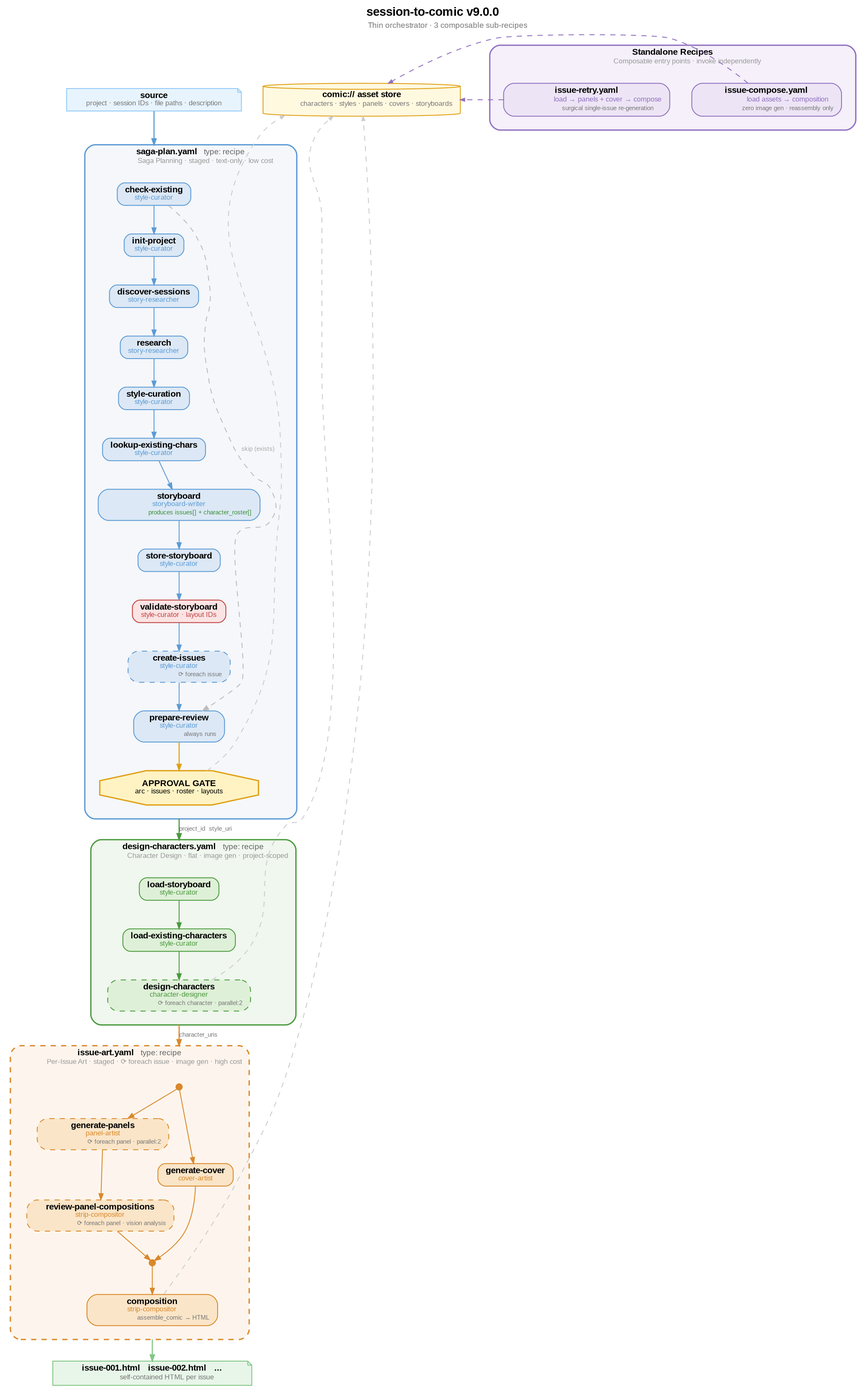
This is docs/diagrams/comic-pipeline.png from colombod/amplifier-bundle-comic-strips, a Graphviz export, as it was before one commit. Its source is kept beside it as docs/diagrams/comic-pipeline.dot. Its diagram source:
```dot
digraph comic_pipeline {
  /* ─── Global ─────────────────────────────────────────── */
  rankdir=TB;
  bgcolor="transparent";
  fontname="Helvetica Neue,Helvetica,Arial,sans-serif";
  node [fontname="Helvetica Neue,Helvetica,Arial,sans-serif", fontsize=10,
        margin="0.12,0.06", height=0.35];
  edge [fontname="Helvetica Neue,Helvetica,Arial,sans-serif", fontsize=8,
        arrowsize=0.7];
  compound=true;
  nodesep=0.35;
  ranksep=0.45;

  labelloc=t;
  label=<<FONT POINT-SIZE="14"><B>session-to-comic v9.0.0</B></FONT><BR/>
         <FONT POINT-SIZE="9" COLOR="#777777">Thin orchestrator · 3 composable sub-recipes</FONT>>;

  /* ─── Input ──────────────────────────────────────────── */
  input [
    label=<<B>source</B><BR/><FONT POINT-SIZE="8" COLOR="#777777">project · session IDs · file paths · description</FONT>>,
    shape=note, style=filled, fillcolor="#E8F4FD", color="#90CAF9", width=2.8
  ];

  /* ═══════════════════════════════════════════════════════
     SUB-RECIPE 1: saga-plan.yaml
     staged · 11 steps + approval gate · text-only
     ═══════════════════════════════════════════════════════ */
  subgraph cluster_saga_plan {
    label=<<B>saga-plan.yaml</B>  <FONT POINT-SIZE="9" COLOR="#666666">type: recipe</FONT><BR/>
           <FONT POINT-SIZE="8" COLOR="#999999">Saga Planning · staged · text-only · low cost</FONT>>;
    style="rounded,filled"; fillcolor="#F5F7FA"; color="#5C9BD5"; penwidth=1.5;
    fontsize=10; margin=16;

    sp01 [label=<<B>check-existing</B><BR/><FONT POINT-SIZE="8" COLOR="#5C9BD5">style-curator</FONT>>,
          shape=box, style="rounded,filled", fillcolor="#DCE8F5", color="#5C9BD5"];
    sp02 [label=<<B>init-project</B><BR/><FONT POINT-SIZE="8" COLOR="#5C9BD5">style-curator</FONT>>,
          shape=box, style="rounded,filled", fillcolor="#DCE8F5", color="#5C9BD5"];
    sp03 [label=<<B>discover-sessions</B><BR/><FONT POINT-SIZE="8" COLOR="#5C9BD5">story-researcher</FONT>>,
          shape=box, style="rounded,filled", fillcolor="#DCE8F5", color="#5C9BD5"];
    sp04 [label=<<B>research</B><BR/><FONT POINT-SIZE="8" COLOR="#5C9BD5">story-researcher</FONT>>,
          shape=box, style="rounded,filled", fillcolor="#DCE8F5", color="#5C9BD5"];
    sp05 [label=<<B>style-curation</B><BR/><FONT POINT-SIZE="8" COLOR="#5C9BD5">style-curator</FONT>>,
          shape=box, style="rounded,filled", fillcolor="#DCE8F5", color="#5C9BD5"];
    sp06 [label=<<B>lookup-existing-chars</B><BR/><FONT POINT-SIZE="8" COLOR="#5C9BD5">style-curator</FONT>>,
          shape=box, style="rounded,filled", fillcolor="#DCE8F5", color="#5C9BD5"];
    sp07 [label=<<B>storyboard</B><BR/><FONT POINT-SIZE="8" COLOR="#5C9BD5">storyboard-writer</FONT><BR/>
                <FONT POINT-SIZE="7" COLOR="#3A8F3A">produces issues[] + character_roster[]</FONT>>,
          shape=box, style="rounded,filled", fillcolor="#DCE8F5", color="#5C9BD5"];
    sp08 [label=<<B>store-storyboard</B><BR/><FONT POINT-SIZE="8" COLOR="#5C9BD5">style-curator</FONT>>,
          shape=box, style="rounded,filled", fillcolor="#DCE8F5", color="#5C9BD5"];
    sp09 [label=<<B>validate-storyboard</B><BR/><FONT POINT-SIZE="8" COLOR="#C04040">style-curator · layout IDs</FONT>>,
          shape=box, style="rounded,filled", fillcolor="#FCE4E4", color="#C04040"];
    sp10 [label=<<B>create-issues</B><BR/><FONT POINT-SIZE="8" COLOR="#5C9BD5">style-curator</FONT><BR/>
                <FONT POINT-SIZE="7" COLOR="#777777">&#10227; foreach issue</FONT>>,
          shape=box, style="rounded,dashed,filled", fillcolor="#DCE8F5", color="#5C9BD5"];
    sp11 [label=<<B>prepare-review</B><BR/><FONT POINT-SIZE="8" COLOR="#5C9BD5">style-curator</FONT><BR/>
                <FONT POINT-SIZE="7" COLOR="#777777">always runs</FONT>>,
          shape=box, style="rounded,filled", fillcolor="#DCE8F5", color="#5C9BD5"];
    sp_gate [label=<<B>APPROVAL GATE</B><BR/><FONT POINT-SIZE="8">arc · issues · roster · layouts</FONT>>,
             shape=octagon, style=filled, fillcolor="#FFF3C4", color="#E0A015",
             penwidth=1.5, width=2.2];

    /* main path (conditional: proceed == true) */
    sp01 -> sp02 -> sp03 -> sp04 -> sp05 -> sp06 -> sp07 -> sp08 -> sp09 -> sp10 -> sp11
      [color="#5C9BD5"];
    sp11 -> sp_gate [color="#E0A015", penwidth=1.2];

    /* skip path: storyboard already exists */
    sp01 -> sp11 [style=dashed, color="#BBBBBB", constraint=false,
                  label=<<FONT POINT-SIZE="7" COLOR="#AAAAAA">skip (exists)</FONT>>];
  }

  /* ═══════════════════════════════════════════════════════
     SUB-RECIPE 2: design-characters.yaml
     flat · 3 steps · image gen · project-scoped
     ═══════════════════════════════════════════════════════ */
  subgraph cluster_design_chars {
    label=<<B>design-characters.yaml</B>  <FONT POINT-SIZE="9" COLOR="#666666">type: recipe</FONT><BR/>
           <FONT POINT-SIZE="8" COLOR="#999999">Character Design · flat · image gen · project-scoped</FONT>>;
    style="rounded,filled"; fillcolor="#F0F7EE"; color="#4A9A3E"; penwidth=1.5;
    fontsize=10; margin=16;

    dc01 [label=<<B>load-storyboard</B><BR/><FONT POINT-SIZE="8" COLOR="#4A9A3E">style-curator</FONT>>,
          shape=box, style="rounded,filled", fillcolor="#DFF0D8", color="#4A9A3E"];
    dc02 [label=<<B>load-existing-characters</B><BR/><FONT POINT-SIZE="8" COLOR="#4A9A3E">style-curator</FONT>>,
          shape=box, style="rounded,filled", fillcolor="#DFF0D8", color="#4A9A3E"];
    dc03 [label=<<B>design-characters</B><BR/><FONT POINT-SIZE="8" COLOR="#4A9A3E">character-designer</FONT><BR/>
                <FONT POINT-SIZE="7" COLOR="#777777">&#10227; foreach character · parallel:2</FONT>>,
          shape=box, style="rounded,dashed,filled", fillcolor="#DFF0D8", color="#4A9A3E"];

    dc01 -> dc02 -> dc03 [color="#4A9A3E"];
  }

  /* ═══════════════════════════════════════════════════════
     SUB-RECIPE 3: issue-art.yaml
     staged · 4 steps · foreach issue · image gen
     ═══════════════════════════════════════════════════════ */
  subgraph cluster_issue_art {
    label=<<B>issue-art.yaml</B>  <FONT POINT-SIZE="9" COLOR="#666666">type: recipe</FONT><BR/>
           <FONT POINT-SIZE="8" COLOR="#999999">Per-Issue Art · staged · &#10227; foreach issue · image gen · high cost</FONT>>;
    style="rounded,dashed,filled"; fillcolor="#FDF5ED"; color="#D9882A"; penwidth=1.5;
    fontsize=10; margin=16;

    ia_fork [label="", shape=point, width=0.1, color="#D9882A"];

    ia01 [label=<<B>generate-panels</B><BR/><FONT POINT-SIZE="8" COLOR="#D9882A">panel-artist</FONT><BR/>
                <FONT POINT-SIZE="7" COLOR="#777777">&#10227; foreach panel · parallel:2</FONT>>,
          shape=box, style="rounded,dashed,filled", fillcolor="#FAE5C8", color="#D9882A"];
    ia02 [label=<<B>generate-cover</B><BR/><FONT POINT-SIZE="8" COLOR="#D9882A">cover-artist</FONT>>,
          shape=box, style="rounded,filled", fillcolor="#FAE5C8", color="#D9882A"];
    ia03 [label=<<B>review-panel-compositions</B><BR/><FONT POINT-SIZE="8" COLOR="#D9882A">strip-compositor</FONT><BR/>
                <FONT POINT-SIZE="7" COLOR="#777777">&#10227; foreach panel · vision analysis</FONT>>,
          shape=box, style="rounded,dashed,filled", fillcolor="#FAE5C8", color="#D9882A"];

    ia_join [label="", shape=point, width=0.1, color="#D9882A"];

    ia04 [label=<<B>composition</B><BR/><FONT POINT-SIZE="8" COLOR="#D9882A">strip-compositor</FONT><BR/>
                <FONT POINT-SIZE="7" COLOR="#777777">assemble_comic &#8594; HTML</FONT>>,
          shape=box, style="rounded,filled", fillcolor="#FAE5C8", color="#D9882A"];

    ia_fork -> ia01 [color="#D9882A"];
    ia_fork -> ia02 [color="#D9882A"];
    ia01 -> ia03    [color="#D9882A"];
    ia03 -> ia_join [color="#D9882A"];
    ia02 -> ia_join [color="#D9882A"];
    ia_join -> ia04 [color="#D9882A"];
  }

  /* ─── Output ─────────────────────────────────────────── */
  output [
    label=<<B>issue-001.html   issue-002.html   ...</B><BR/>
           <FONT POINT-SIZE="8" COLOR="#777777">self-contained HTML per issue</FONT>>,
    shape=note, style=filled, fillcolor="#E8F5E9", color="#81C784", width=3.2
  ];

  /* ═══════════════════════════════════════════════════════
     STANDALONE REUSABLE RECIPES
     composable entry points · invoke independently
     ═══════════════════════════════════════════════════════ */
  subgraph cluster_reusable {
    label=<<B>Standalone Recipes</B><BR/>
           <FONT POINT-SIZE="8" COLOR="#999999">Composable entry points · invoke independently</FONT>>;
    style="rounded,filled"; fillcolor="#F5F0FA"; color="#9070C0"; penwidth=1.5;
    fontsize=10; margin=16;

    re01 [label=<<B>issue-compose.yaml</B><BR/>
                <FONT POINT-SIZE="8" COLOR="#9070C0">load assets &#8594; composition</FONT><BR/>
                <FONT POINT-SIZE="7" COLOR="#777777">zero image gen · reassembly only</FONT>>,
          shape=box, style="rounded,filled", fillcolor="#EDE5F5", color="#9070C0"];
    re02 [label=<<B>issue-retry.yaml</B><BR/>
                <FONT POINT-SIZE="8" COLOR="#9070C0">load &#8594; panels + cover &#8594; compose</FONT><BR/>
                <FONT POINT-SIZE="7" COLOR="#777777">surgical single-issue re-generation</FONT>>,
          shape=box, style="rounded,filled", fillcolor="#EDE5F5", color="#9070C0"];
  }

  /* ─── Asset Store ────────────────────────────────────── */
  store [
    label=<<B>comic:// asset store</B><BR/>
           <FONT POINT-SIZE="8" COLOR="#777777">characters · styles · panels · covers · storyboards</FONT>>,
    shape=cylinder, style=filled, fillcolor="#FFF9E0", color="#E0A015", width=2.8
  ];

  /* ═══════════════════════════════════════════════════════
     ORCHESTRATOR FLOW  (inter-cluster edges)
     ═══════════════════════════════════════════════════════ */
  input   -> sp01    [lhead=cluster_saga_plan, color="#5C9BD5", penwidth=1.3];
  sp_gate -> dc01    [ltail=cluster_saga_plan, lhead=cluster_design_chars,
                      color="#4A9A3E", penwidth=1.3,
                      label=<<FONT POINT-SIZE="7" COLOR="#777777">project_id  style_uri</FONT>>];
  dc03    -> ia_fork [ltail=cluster_design_chars, lhead=cluster_issue_art,
                      color="#D9882A", penwidth=1.3,
                      label=<<FONT POINT-SIZE="7" COLOR="#777777">character_uris</FONT>>];
  ia04    -> output  [ltail=cluster_issue_art, color="#81C784", penwidth=1.3];

  /* ── asset store connections ── */
  sp_gate -> store [color="#CCCCCC", style=dashed, arrowsize=0.5, constraint=false];
  dc03    -> store [color="#CCCCCC", style=dashed, arrowsize=0.5, constraint=false];
  ia04    -> store [color="#CCCCCC", style=dashed, arrowsize=0.5, constraint=false];
  re01    -> store [color="#9070C0", style=dashed, arrowsize=0.5, constraint=false];
  re02    -> store [color="#9070C0", style=dashed, arrowsize=0.5, constraint=false];
}
```
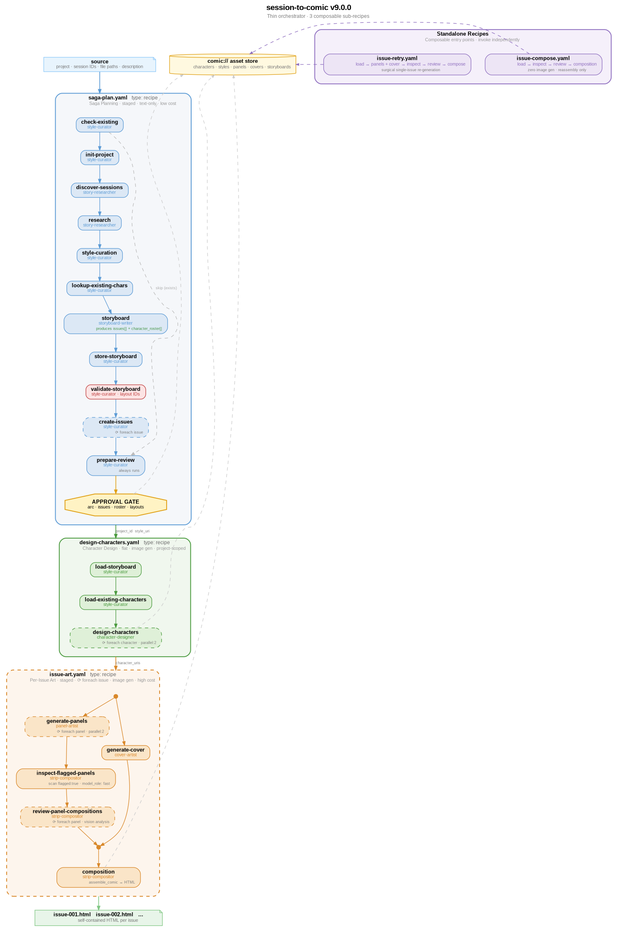
The same file after the commit.

Diff of the diagram source:
```diff
@@ -93,7 +93,7 @@
 
   /* ═══════════════════════════════════════════════════════
      SUB-RECIPE 3: issue-art.yaml
-     staged · 4 steps · foreach issue · image gen
+     staged · 5 steps · foreach issue · image gen
      ═══════════════════════════════════════════════════════ */
   subgraph cluster_issue_art {
     label=<<B>issue-art.yaml</B>  <FONT POINT-SIZE="9" COLOR="#666666">type: recipe</FONT><BR/>
@@ -108,6 +108,9 @@
           shape=box, style="rounded,dashed,filled", fillcolor="#FAE5C8", color="#D9882A"];
     ia02 [label=<<B>generate-cover</B><BR/><FONT POINT-SIZE="8" COLOR="#D9882A">cover-artist</FONT>>,
           shape=box, style="rounded,filled", fillcolor="#FAE5C8", color="#D9882A"];
+    ia_inspect [label=<<B>inspect-flagged-panels</B><BR/><FONT POINT-SIZE="8" COLOR="#D9882A">strip-compositor</FONT><BR/>
+                <FONT POINT-SIZE="7" COLOR="#777777">scan flagged:true · model_role: fast</FONT>>,
+          shape=box, style="rounded,filled", fillcolor="#FAE5C8", color="#D9882A"];
     ia03 [label=<<B>review-panel-compositions</B><BR/><FONT POINT-SIZE="8" COLOR="#D9882A">strip-compositor</FONT><BR/>
                 <FONT POINT-SIZE="7" COLOR="#777777">&#10227; foreach panel · vision analysis</FONT>>,
           shape=box, style="rounded,dashed,filled", fillcolor="#FAE5C8", color="#D9882A"];
@@ -120,7 +123,8 @@
 
     ia_fork -> ia01 [color="#D9882A"];
     ia_fork -> ia02 [color="#D9882A"];
-    ia01 -> ia03    [color="#D9882A"];
+    ia01 -> ia_inspect   [color="#D9882A"];
+    ia_inspect -> ia03   [color="#D9882A"];
     ia03 -> ia_join [color="#D9882A"];
     ia02 -> ia_join [color="#D9882A"];
     ia_join -> ia04 [color="#D9882A"];
@@ -144,11 +148,11 @@
     fontsize=10; margin=16;
 
     re01 [label=<<B>issue-compose.yaml</B><BR/>
-                <FONT POINT-SIZE="8" COLOR="#9070C0">load assets &#8594; composition</FONT><BR/>
+                <FONT POINT-SIZE="8" COLOR="#9070C0">load &#8594; inspect &#8594; review &#8594; composition</FONT><BR/>
                 <FONT POINT-SIZE="7" COLOR="#777777">zero image gen · reassembly only</FONT>>,
           shape=box, style="rounded,filled", fillcolor="#EDE5F5", color="#9070C0"];
     re02 [label=<<B>issue-retry.yaml</B><BR/>
-                <FONT POINT-SIZE="8" COLOR="#9070C0">load &#8594; panels + cover &#8594; compose</FONT><BR/>
+                <FONT POINT-SIZE="8" COLOR="#9070C0">load &#8594; panels + cover &#8594; inspect &#8594; review &#8594; compose</FONT><BR/>
                 <FONT POINT-SIZE="7" COLOR="#777777">surgical single-issue re-generation</FONT>>,
           shape=box, style="rounded,filled", fillcolor="#EDE5F5", color="#9070C0"];
   }
```
